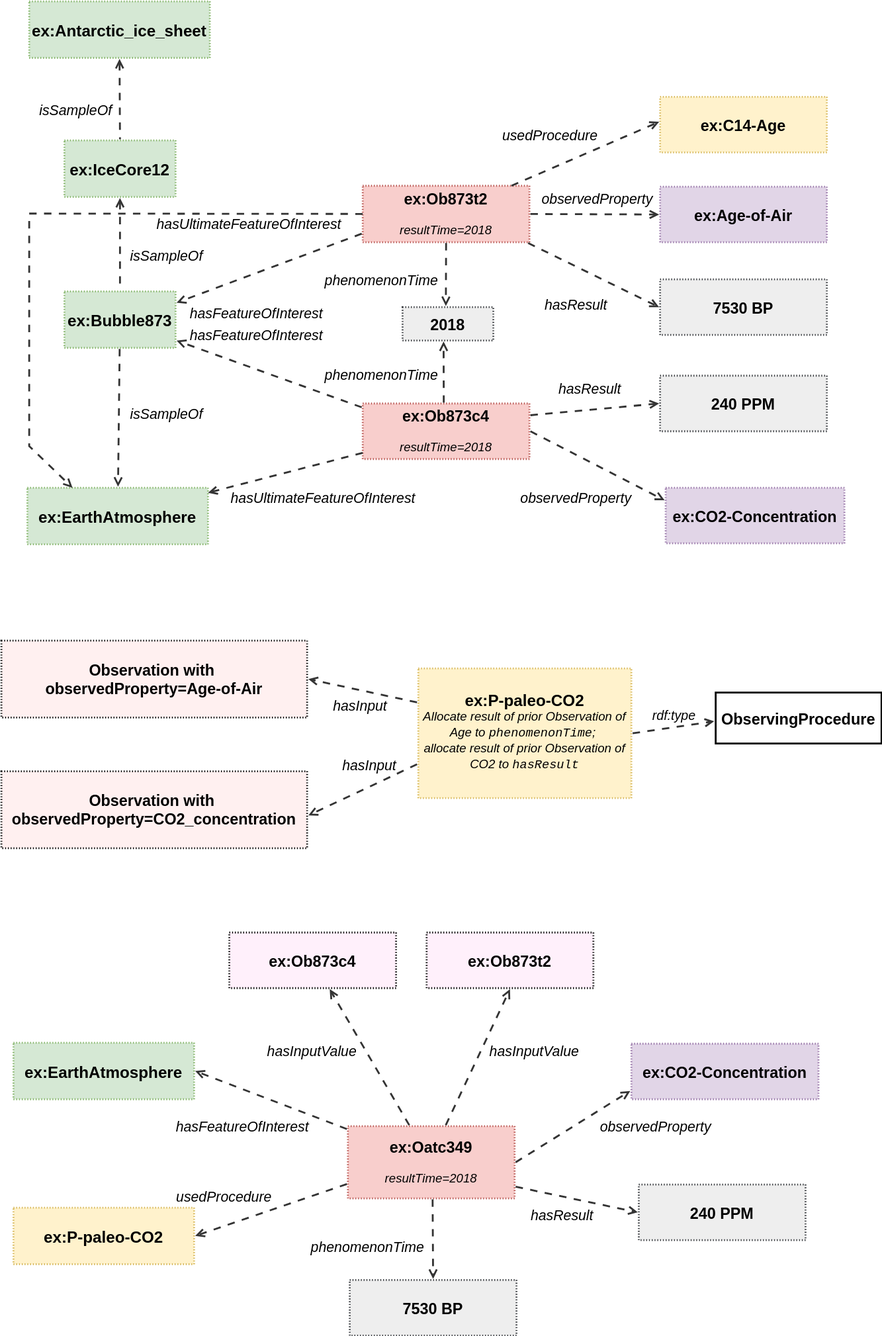
w3c/sdw-sosa-ssn keeps this draw.io diagram as ssn/images/paleo-atmosphere.svg. Above is the earlier version. Source tidied: cells renumbered, new cells last; positions are measured from the earlier drawing's top-left corner, leaving out a move shared by most shapes.
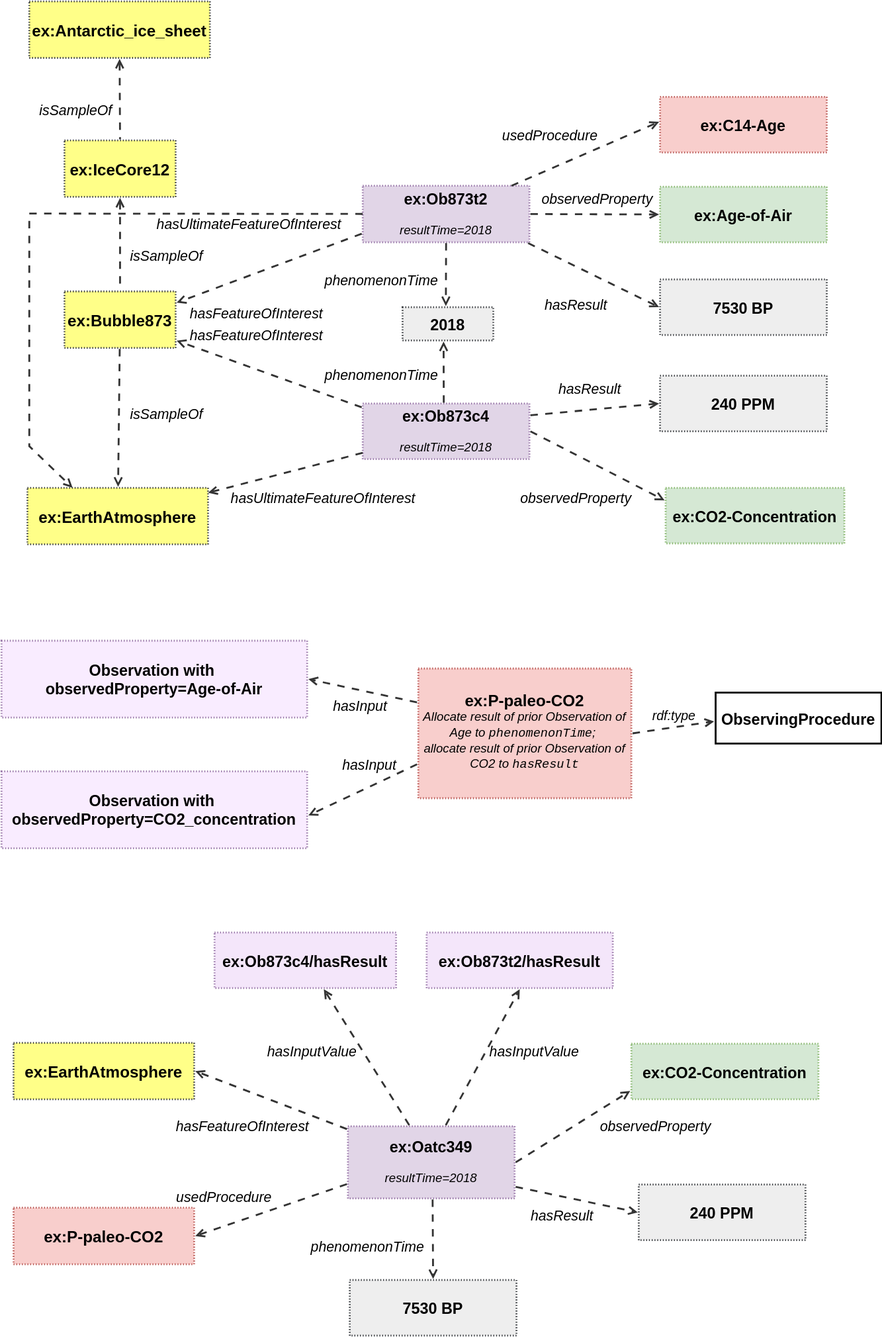
Above is the later version.

Commit message:
prov colours

Change to the diagram source:
```diff
@@ -7,3 +7,3 @@
     </mxCell>
-    <mxCell id="3" value="ex:Bubble873" style="html=1;overflow=block;blockSpacing=1;whiteSpace=wrap;fontSize=17.3;fontStyle=1;align=center;spacing=0;strokeOpacity=100;fillOpacity=100;fillColor=#d5e8d4;dashed=1;fixDash=1;dashPattern=1 2;strokeWidth=2;convertToSvg=1;strokeColor=#82b366;" parent="1" vertex="1">
+    <mxCell id="3" value="ex:Bubble873" style="html=1;overflow=block;blockSpacing=1;whiteSpace=wrap;fontSize=17.3;fontStyle=1;align=center;spacing=0;strokeOpacity=100;fillOpacity=100;fillColor=#ffff88;dashed=1;fixDash=1;dashPattern=1 2;strokeWidth=2;convertToSvg=1;strokeColor=#36393d;" parent="1" vertex="1">
       <mxGeometry x="68" y="313" width="120" height="61" as="geometry" />
@@ -13,3 +13,3 @@
     </mxCell>
-    <mxCell id="5" value="ex:IceCore12" style="html=1;overflow=block;blockSpacing=1;whiteSpace=wrap;fontSize=17.3;fontStyle=1;align=center;spacing=0;strokeOpacity=100;fillOpacity=100;fillColor=#d5e8d4;dashed=1;fixDash=1;dashPattern=1 2;strokeWidth=2;convertToSvg=1;strokeColor=#82b366;" parent="1" vertex="1">
+    <mxCell id="5" value="ex:IceCore12" style="html=1;overflow=block;blockSpacing=1;whiteSpace=wrap;fontSize=17.3;fontStyle=1;align=center;spacing=0;strokeOpacity=100;fillOpacity=100;fillColor=#ffff88;dashed=1;fixDash=1;dashPattern=1 2;strokeWidth=2;convertToSvg=1;strokeColor=#36393d;" parent="1" vertex="1">
       <mxGeometry x="68" y="150" width="120" height="61" as="geometry" />
@@ -19,3 +19,3 @@
     </mxCell>
-    <mxCell id="7" value="ex:EarthAtmosphere" style="html=1;overflow=block;blockSpacing=1;whiteSpace=wrap;fontSize=17.3;fontStyle=1;align=center;spacing=0;strokeOpacity=100;fillOpacity=100;fillColor=#d5e8d4;dashed=1;fixDash=1;dashPattern=1 2;strokeWidth=2;convertToSvg=1;strokeColor=#82b366;" parent="1" vertex="1">
+    <mxCell id="7" value="ex:EarthAtmosphere" style="html=1;overflow=block;blockSpacing=1;whiteSpace=wrap;fontSize=17.3;fontStyle=1;align=center;spacing=0;strokeOpacity=100;fillOpacity=100;fillColor=#ffff88;dashed=1;fixDash=1;dashPattern=1 2;strokeWidth=2;convertToSvg=1;strokeColor=#36393d;" parent="1" vertex="1">
       <mxGeometry x="28" y="525" width="195" height="61" as="geometry" />
@@ -25,6 +25,6 @@
     </mxCell>
-    <mxCell id="9" value="&lt;div style=&quot;display: flex; justify-content: center; text-align: center; align-items: baseline; font-size: 0; line-height: 1.25;margin-top: -2px;&quot;&gt;&lt;span&gt;&lt;span style=&quot;font-size:16.7px;font-weight: bold;&quot;&gt;ex:Ob873t2&lt;br&gt;&lt;/span&gt;&lt;/span&gt;&lt;/div&gt;&lt;div style=&quot;display: flex; justify-content: center; text-align: center; align-items: baseline; font-size: 0; line-height: 1.25;margin-top: -2px;&quot;&gt;&lt;span&gt;&lt;span style=&quot;font-size:13.3px;font-style: italic;&quot;&gt;resultTime=2018&lt;/span&gt;&lt;/span&gt;&lt;/div&gt;" style="align=center;whiteSpace=wrap;overflow=block;blockSpacing=1;html=1;fontSize=13;spacing=0;strokeOpacity=100;fillOpacity=100;fillColor=#f8cecc;dashed=1;fixDash=1;dashPattern=1 2;strokeWidth=2;convertToSvg=1;strokeColor=#b85450;" parent="1" vertex="1">
+    <mxCell id="9" value="&lt;div style=&quot;display: flex; justify-content: center; text-align: center; align-items: baseline; font-size: 0; line-height: 1.25;margin-top: -2px;&quot;&gt;&lt;span&gt;&lt;span style=&quot;font-size:16.7px;font-weight: bold;&quot;&gt;ex:Ob873t2&lt;br&gt;&lt;/span&gt;&lt;/span&gt;&lt;/div&gt;&lt;div style=&quot;display: flex; justify-content: center; text-align: center; align-items: baseline; font-size: 0; line-height: 1.25;margin-top: -2px;&quot;&gt;&lt;span&gt;&lt;span style=&quot;font-size:13.3px;font-style: italic;&quot;&gt;resultTime=2018&lt;/span&gt;&lt;/span&gt;&lt;/div&gt;" style="align=center;whiteSpace=wrap;overflow=block;blockSpacing=1;html=1;fontSize=13;spacing=0;strokeOpacity=100;fillOpacity=100;fillColor=#e1d5e7;dashed=1;fixDash=1;dashPattern=1 2;strokeWidth=2;convertToSvg=1;strokeColor=#9673a6;" parent="1" vertex="1">
       <mxGeometry x="390" y="199" width="180" height="61" as="geometry" />
     </mxCell>
-    <mxCell id="10" value="&lt;div style=&quot;display: flex; justify-content: center; text-align: center; align-items: baseline; font-size: 0; line-height: 1.25;margin-top: -2px;&quot;&gt;&lt;span&gt;&lt;span style=&quot;font-size:16.7px;font-weight: bold;&quot;&gt;ex:Ob873c4&lt;br&gt;&lt;/span&gt;&lt;/span&gt;&lt;/div&gt;&lt;div style=&quot;display: flex; justify-content: center; text-align: center; align-items: baseline; font-size: 0; line-height: 1.25;margin-top: -2px;&quot;&gt;&lt;span&gt;&lt;span style=&quot;font-size:13.3px;font-style: italic;&quot;&gt;resultTime=2018&lt;/span&gt;&lt;/span&gt;&lt;/div&gt;" style="align=center;whiteSpace=wrap;overflow=block;blockSpacing=1;html=1;fontSize=13;spacing=0;strokeOpacity=100;fillOpacity=100;fillColor=#f8cecc;dashed=1;fixDash=1;dashPattern=1 2;strokeWidth=2;convertToSvg=1;strokeColor=#b85450;" parent="1" vertex="1">
+    <mxCell id="10" value="&lt;div style=&quot;display: flex; justify-content: center; text-align: center; align-items: baseline; font-size: 0; line-height: 1.25;margin-top: -2px;&quot;&gt;&lt;span&gt;&lt;span style=&quot;font-size:16.7px;font-weight: bold;&quot;&gt;ex:Ob873c4&lt;br&gt;&lt;/span&gt;&lt;/span&gt;&lt;/div&gt;&lt;div style=&quot;display: flex; justify-content: center; text-align: center; align-items: baseline; font-size: 0; line-height: 1.25;margin-top: -2px;&quot;&gt;&lt;span&gt;&lt;span style=&quot;font-size:13.3px;font-style: italic;&quot;&gt;resultTime=2018&lt;/span&gt;&lt;/span&gt;&lt;/div&gt;" style="align=center;whiteSpace=wrap;overflow=block;blockSpacing=1;html=1;fontSize=13;spacing=0;strokeOpacity=100;fillOpacity=100;fillColor=#e1d5e7;dashed=1;fixDash=1;dashPattern=1 2;strokeWidth=2;convertToSvg=1;strokeColor=#9673a6;" parent="1" vertex="1">
       <mxGeometry x="390" y="434" width="180" height="60" as="geometry" />
@@ -40,6 +40,6 @@
     </mxCell>
-    <mxCell id="14" value="ex:CO2-Concentration" style="html=1;overflow=block;blockSpacing=1;whiteSpace=wrap;fontSize=16.7;fontStyle=1;align=center;spacing=0;strokeOpacity=100;fillOpacity=100;fillColor=#e1d5e7;dashed=1;fixDash=1;dashPattern=1 2;strokeWidth=2;convertToSvg=1;strokeColor=#9673a6;" parent="1" vertex="1">
+    <mxCell id="14" value="ex:CO2-Concentration" style="html=1;overflow=block;blockSpacing=1;whiteSpace=wrap;fontSize=16.7;fontStyle=1;align=center;spacing=0;strokeOpacity=100;fillOpacity=100;fillColor=#d5e8d4;dashed=1;fixDash=1;dashPattern=1 2;strokeWidth=2;convertToSvg=1;strokeColor=#82b366;" parent="1" vertex="1">
       <mxGeometry x="717" y="525" width="193" height="60" as="geometry" />
     </mxCell>
-    <mxCell id="15" value="ex:Age-of-Air" style="html=1;overflow=block;blockSpacing=1;whiteSpace=wrap;fontSize=16.7;fontStyle=1;align=center;spacing=0;strokeOpacity=100;fillOpacity=100;fillColor=#e1d5e7;dashed=1;fixDash=1;dashPattern=1 2;strokeWidth=2;convertToSvg=1;strokeColor=#9673a6;" parent="1" vertex="1">
+    <mxCell id="15" value="ex:Age-of-Air" style="html=1;overflow=block;blockSpacing=1;whiteSpace=wrap;fontSize=16.7;fontStyle=1;align=center;spacing=0;strokeOpacity=100;fillOpacity=100;fillColor=#d5e8d4;dashed=1;fixDash=1;dashPattern=1 2;strokeWidth=2;convertToSvg=1;strokeColor=#82b366;" parent="1" vertex="1">
       <mxGeometry x="711" y="200" width="180" height="60" as="geometry" />
@@ -94,3 +94,3 @@
     </mxCell>
-    <mxCell id="32" value="&lt;div style=&quot;display: flex; justify-content: center; text-align: center; align-items: baseline; font-size: 0; line-height: 1.25;margin-top: -2px;&quot;&gt;&lt;span&gt;&lt;span style=&quot;font-size:16.7px;font-weight: bold;&quot;&gt;ex:Oatc349&lt;br&gt;&lt;/span&gt;&lt;/span&gt;&lt;/div&gt;&lt;div style=&quot;display: flex; justify-content: center; text-align: center; align-items: baseline; font-size: 0; line-height: 1.25;margin-top: -2px;&quot;&gt;&lt;span&gt;&lt;span style=&quot;font-size:13.3px;font-style: italic;&quot;&gt;resultTime=2018&lt;/span&gt;&lt;/span&gt;&lt;/div&gt;" style="align=center;whiteSpace=wrap;overflow=block;blockSpacing=1;html=1;fontSize=13;spacing=0;strokeOpacity=100;fillOpacity=100;fillColor=#f8cecc;dashed=1;fixDash=1;dashPattern=1 2;strokeWidth=2;convertToSvg=1;strokeColor=#b85450;" parent="1" vertex="1">
+    <mxCell id="32" value="&lt;div style=&quot;display: flex; justify-content: center; text-align: center; align-items: baseline; font-size: 0; line-height: 1.25;margin-top: -2px;&quot;&gt;&lt;span&gt;&lt;span style=&quot;font-size:16.7px;font-weight: bold;&quot;&gt;ex:Oatc349&lt;br&gt;&lt;/span&gt;&lt;/span&gt;&lt;/div&gt;&lt;div style=&quot;display: flex; justify-content: center; text-align: center; align-items: baseline; font-size: 0; line-height: 1.25;margin-top: -2px;&quot;&gt;&lt;span&gt;&lt;span style=&quot;font-size:13.3px;font-style: italic;&quot;&gt;resultTime=2018&lt;/span&gt;&lt;/span&gt;&lt;/div&gt;" style="align=center;whiteSpace=wrap;overflow=block;blockSpacing=1;html=1;fontSize=13;spacing=0;strokeOpacity=100;fillOpacity=100;fillColor=#e1d5e7;dashed=1;fixDash=1;dashPattern=1 2;strokeWidth=2;convertToSvg=1;strokeColor=#9673a6;" parent="1" vertex="1">
       <mxGeometry x="374" y="1214" width="180" height="78" as="geometry" />
@@ -103,3 +103,3 @@
     </mxCell>
-    <mxCell id="35" value="ex:CO2-Concentration" style="html=1;overflow=block;blockSpacing=1;whiteSpace=wrap;fontSize=16.7;fontStyle=1;align=center;spacing=0;strokeOpacity=100;fillOpacity=100;fillColor=#e1d5e7;dashed=1;fixDash=1;dashPattern=1 2;strokeWidth=2;convertToSvg=1;strokeColor=#9673a6;" parent="1" vertex="1">
+    <mxCell id="35" value="ex:CO2-Concentration" style="html=1;overflow=block;blockSpacing=1;whiteSpace=wrap;fontSize=16.7;fontStyle=1;align=center;spacing=0;strokeOpacity=100;fillOpacity=100;fillColor=#d5e8d4;dashed=1;fixDash=1;dashPattern=1 2;strokeWidth=2;convertToSvg=1;strokeColor=#82b366;" parent="1" vertex="1">
       <mxGeometry x="680" y="1125" width="202" height="60" as="geometry" />
@@ -136,3 +136,3 @@
     </mxCell>
-    <mxCell id="46" value="ex:Antarctic_ice_sheet" style="html=1;overflow=block;blockSpacing=1;whiteSpace=wrap;fontSize=17.3;fontStyle=1;align=center;spacing=0;strokeOpacity=100;fillOpacity=100;fillColor=#d5e8d4;dashed=1;fixDash=1;dashPattern=1 2;strokeWidth=2;convertToSvg=1;strokeColor=#82b366;" parent="1" vertex="1">
+    <mxCell id="46" value="ex:Antarctic_ice_sheet" style="html=1;overflow=block;blockSpacing=1;whiteSpace=wrap;fontSize=17.3;fontStyle=1;align=center;spacing=0;strokeOpacity=100;fillOpacity=100;fillColor=#ffff88;dashed=1;fixDash=1;dashPattern=1 2;strokeWidth=2;convertToSvg=1;strokeColor=#36393d;" parent="1" vertex="1">
       <mxGeometry x="30" width="195" height="61" as="geometry" />
@@ -151,12 +151,12 @@
     </mxCell>
-    <mxCell id="51" value="ex:EarthAtmosphere" style="html=1;overflow=block;blockSpacing=1;whiteSpace=wrap;fontSize=17.3;fontStyle=1;align=center;spacing=0;strokeOpacity=100;fillOpacity=100;fillColor=#d5e8d4;dashed=1;fixDash=1;dashPattern=1 2;strokeWidth=2;convertToSvg=1;strokeColor=#82b366;" parent="1" vertex="1">
+    <mxCell id="51" value="ex:EarthAtmosphere" style="html=1;overflow=block;blockSpacing=1;whiteSpace=wrap;fontSize=17.3;fontStyle=1;align=center;spacing=0;strokeOpacity=100;fillOpacity=100;fillColor=#ffff88;dashed=1;fixDash=1;dashPattern=1 2;strokeWidth=2;convertToSvg=1;strokeColor=#36393d;" parent="1" vertex="1">
       <mxGeometry x="13" y="1124" width="195" height="61" as="geometry" />
     </mxCell>
-    <mxCell id="52" value="&lt;div style=&quot;display: flex; justify-content: center; text-align: center; align-items: baseline; font-size: 0; line-height: 1.25;margin-top: -2px;&quot;&gt;&lt;span&gt;&lt;span style=&quot;font-size:17.3px;font-weight: bold;&quot;&gt;ex:P-paleo-CO2&lt;/span&gt;&lt;span style=&quot;font-size:17.3px;font-style: italic;&quot;&gt;&lt;br&gt;&lt;/span&gt;&lt;/span&gt;&lt;/div&gt;&lt;div style=&quot;display: flex; justify-content: center; text-align: center; align-items: baseline; font-size: 0; line-height: 1.25;margin-top: -2px;&quot;&gt;&lt;span&gt;&lt;span style=&quot;font-size:13px;font-style: italic;&quot;&gt;&lt;span style=&quot;font-size:13.3px;font-style: italic;&quot;&gt;Allocate result of prior Observation of Age to &lt;/span&gt;&lt;span style=&quot;font-size:13.3px;font-style: italic;font-family: Liberation Mono;&quot;&gt;phenomenonTime&lt;/span&gt;&lt;span style=&quot;font-size:13.3px;font-style: italic;&quot;&gt;;&amp;nbsp;&lt;br&gt;&lt;/span&gt;&lt;/span&gt;&lt;span style=&quot;background-color: transparent; font-style: italic; font-size: 13.3px;&quot;&gt;allocate result of prior Observation of CO2 to &lt;/span&gt;&lt;span style=&quot;background-color: transparent; font-style: italic; font-size: 13.3px; font-family: &amp;quot;Liberation Mono&amp;quot;;&quot;&gt;hasResult&lt;/span&gt;&lt;/span&gt;&lt;/div&gt;" style="align=center;whiteSpace=wrap;overflow=block;blockSpacing=1;html=1;fontSize=13;spacing=0;strokeOpacity=100;fillOpacity=100;fillColor=#fff2cc;dashed=1;fixDash=1;dashPattern=1 2;strokeWidth=2;strokeColor=#d6b656;convertToSvg=1;" parent="1" vertex="1">
+    <mxCell id="52" value="&lt;div style=&quot;display: flex; justify-content: center; text-align: center; align-items: baseline; font-size: 0; line-height: 1.25;margin-top: -2px;&quot;&gt;&lt;span&gt;&lt;span style=&quot;font-size:17.3px;font-weight: bold;&quot;&gt;ex:P-paleo-CO2&lt;/span&gt;&lt;span style=&quot;font-size:17.3px;font-style: italic;&quot;&gt;&lt;br&gt;&lt;/span&gt;&lt;/span&gt;&lt;/div&gt;&lt;div style=&quot;display: flex; justify-content: center; text-align: center; align-items: baseline; font-size: 0; line-height: 1.25;margin-top: -2px;&quot;&gt;&lt;span&gt;&lt;span style=&quot;font-size:13px;font-style: italic;&quot;&gt;&lt;span style=&quot;font-size:13.3px;font-style: italic;&quot;&gt;Allocate result of prior Observation of Age to &lt;/span&gt;&lt;span style=&quot;font-size:13.3px;font-style: italic;font-family: Liberation Mono;&quot;&gt;phenomenonTime&lt;/span&gt;&lt;span style=&quot;font-size:13.3px;font-style: italic;&quot;&gt;;&amp;nbsp;&lt;br&gt;&lt;/span&gt;&lt;/span&gt;&lt;span style=&quot;background-color: transparent; font-style: italic; font-size: 13.3px;&quot;&gt;allocate result of prior Observation of CO2 to &lt;/span&gt;&lt;span style=&quot;background-color: transparent; font-style: italic; font-size: 13.3px; font-family: &amp;quot;Liberation Mono&amp;quot;;&quot;&gt;hasResult&lt;/span&gt;&lt;/span&gt;&lt;/div&gt;" style="align=center;whiteSpace=wrap;overflow=block;blockSpacing=1;html=1;fontSize=13;spacing=0;strokeOpacity=100;fillOpacity=100;fillColor=#f8cecc;dashed=1;fixDash=1;dashPattern=1 2;strokeWidth=2;strokeColor=#b85450;convertToSvg=1;" parent="1" vertex="1">
       <mxGeometry x="450" y="720" width="230" height="140" as="geometry" />
     </mxCell>
-    <mxCell id="53" value="Observation with&amp;nbsp;&lt;div&gt;observedProperty=Age-of-Air&lt;/div&gt;" style="html=1;overflow=block;blockSpacing=1;whiteSpace=wrap;fontSize=16.7;fontStyle=1;align=center;spacing=0;strokeOpacity=100;fillOpacity=100;fillColor=#fff0f0;dashed=1;fixDash=1;dashPattern=1 2;strokeWidth=2;fontColor=default;convertToSvg=1;" parent="1" vertex="1">
+    <mxCell id="53" value="Observation with&amp;nbsp;&lt;div&gt;observedProperty=Age-of-Air&lt;/div&gt;" style="html=1;overflow=block;blockSpacing=1;whiteSpace=wrap;fontSize=16.7;fontStyle=1;align=center;spacing=0;strokeOpacity=100;fillOpacity=100;fillColor=#F9ECFF;dashed=1;fixDash=1;dashPattern=1 2;strokeWidth=2;convertToSvg=1;strokeColor=#9673a6;" parent="1" vertex="1">
       <mxGeometry y="690" width="330" height="83" as="geometry" />
     </mxCell>
-    <mxCell id="54" value="Observation with&amp;nbsp;&lt;div&gt;observedProperty=CO2_concentration&lt;/div&gt;" style="html=1;overflow=block;blockSpacing=1;whiteSpace=wrap;fontSize=16.7;fontStyle=1;align=center;spacing=0;strokeOpacity=100;fillOpacity=100;fillColor=#fff0f0;dashed=1;fixDash=1;dashPattern=1 2;strokeWidth=2;fontColor=default;convertToSvg=1;" parent="1" vertex="1">
+    <mxCell id="54" value="Observation with&amp;nbsp;&lt;div&gt;observedProperty=CO2_concentration&lt;/div&gt;" style="html=1;overflow=block;blockSpacing=1;whiteSpace=wrap;fontSize=16.7;fontStyle=1;align=center;spacing=0;strokeOpacity=100;fillOpacity=100;fillColor=#F9ECFF;dashed=1;fixDash=1;dashPattern=1 2;strokeWidth=2;convertToSvg=1;strokeColor=#9673a6;" parent="1" vertex="1">
       <mxGeometry y="831" width="330" height="83" as="geometry" />
@@ -175,3 +175,3 @@
     </mxCell>
-    <mxCell id="59" value="ex:P-paleo-CO2" style="html=1;overflow=block;blockSpacing=1;whiteSpace=wrap;fontSize=17.3;fontStyle=1;align=center;spacing=0;strokeOpacity=100;fillOpacity=100;fillColor=#fff2cc;dashed=1;fixDash=1;dashPattern=1 2;strokeWidth=2;convertToSvg=1;strokeColor=#d6b656;" parent="1" vertex="1">
+    <mxCell id="59" value="ex:P-paleo-CO2" style="html=1;overflow=block;blockSpacing=1;whiteSpace=wrap;fontSize=17.3;fontStyle=1;align=center;spacing=0;strokeOpacity=100;fillOpacity=100;fillColor=#f8cecc;dashed=1;fixDash=1;dashPattern=1 2;strokeWidth=2;convertToSvg=1;strokeColor=#b85450;" parent="1" vertex="1">
       <mxGeometry x="13" y="1302" width="195" height="61" as="geometry" />
@@ -187,7 +187,7 @@
     </mxCell>
-    <mxCell id="63" value="ex:Ob873t2" style="html=1;overflow=block;blockSpacing=1;whiteSpace=wrap;fontSize=16.7;fontStyle=1;align=center;spacing=0;strokeOpacity=100;fillOpacity=100;fillColor=#fff0fb;dashed=1;fixDash=1;dashPattern=1 2;strokeWidth=2;fontColor=default;convertToSvg=1;" parent="1" vertex="1">
-      <mxGeometry x="459" y="1005" width="180" height="60" as="geometry" />
+    <mxCell id="63" value="ex:Ob873t2/hasResult" style="html=1;overflow=block;blockSpacing=1;whiteSpace=wrap;fontSize=16.7;fontStyle=1;align=center;spacing=0;strokeOpacity=100;fillOpacity=100;fillColor=light-dark(#F4E6FA,#F4E6FA);dashed=1;fixDash=1;dashPattern=1 2;strokeWidth=2;convertToSvg=1;strokeColor=#9673a6;" parent="1" vertex="1">
+      <mxGeometry x="459" y="1005" width="201" height="60" as="geometry" />
     </mxCell>
-    <mxCell id="64" value="ex:Ob873c4" style="html=1;overflow=block;blockSpacing=1;whiteSpace=wrap;fontSize=16.7;fontStyle=1;align=center;spacing=0;strokeOpacity=100;fillOpacity=100;fillColor=#fff0fb;dashed=1;fixDash=1;dashPattern=1 2;strokeWidth=2;fontColor=default;convertToSvg=1;" parent="1" vertex="1">
-      <mxGeometry x="246" y="1005" width="180" height="60" as="geometry" />
+    <mxCell id="64" value="ex:Ob873c4/hasResult" style="html=1;overflow=block;blockSpacing=1;whiteSpace=wrap;fontSize=16.7;fontStyle=1;align=center;spacing=0;strokeOpacity=100;fillOpacity=100;fillColor=light-dark(#F4E6FA,#F4E6FA);dashed=1;fixDash=1;dashPattern=1 2;strokeWidth=2;convertToSvg=1;strokeColor=#9673a6;" parent="1" vertex="1">
+      <mxGeometry x="230" y="1005" width="196" height="60" as="geometry" />
     </mxCell>
@@ -199,3 +199,3 @@
     </mxCell>
-    <mxCell id="67" value="ex:C14-Age" style="html=1;overflow=block;blockSpacing=1;whiteSpace=wrap;fontSize=16.7;fontStyle=1;align=center;spacing=0;strokeOpacity=100;fillOpacity=100;fillColor=#fff2cc;dashed=1;fixDash=1;dashPattern=1 2;strokeWidth=2;convertToSvg=1;strokeColor=#d6b656;" parent="1" vertex="1">
+    <mxCell id="67" value="ex:C14-Age" style="html=1;overflow=block;blockSpacing=1;whiteSpace=wrap;fontSize=16.7;fontStyle=1;align=center;spacing=0;strokeOpacity=100;fillOpacity=100;fillColor=#f8cecc;dashed=1;fixDash=1;dashPattern=1 2;strokeWidth=2;convertToSvg=1;strokeColor=#b85450;" parent="1" vertex="1">
       <mxGeometry x="711" y="103" width="180" height="60" as="geometry" />
```
